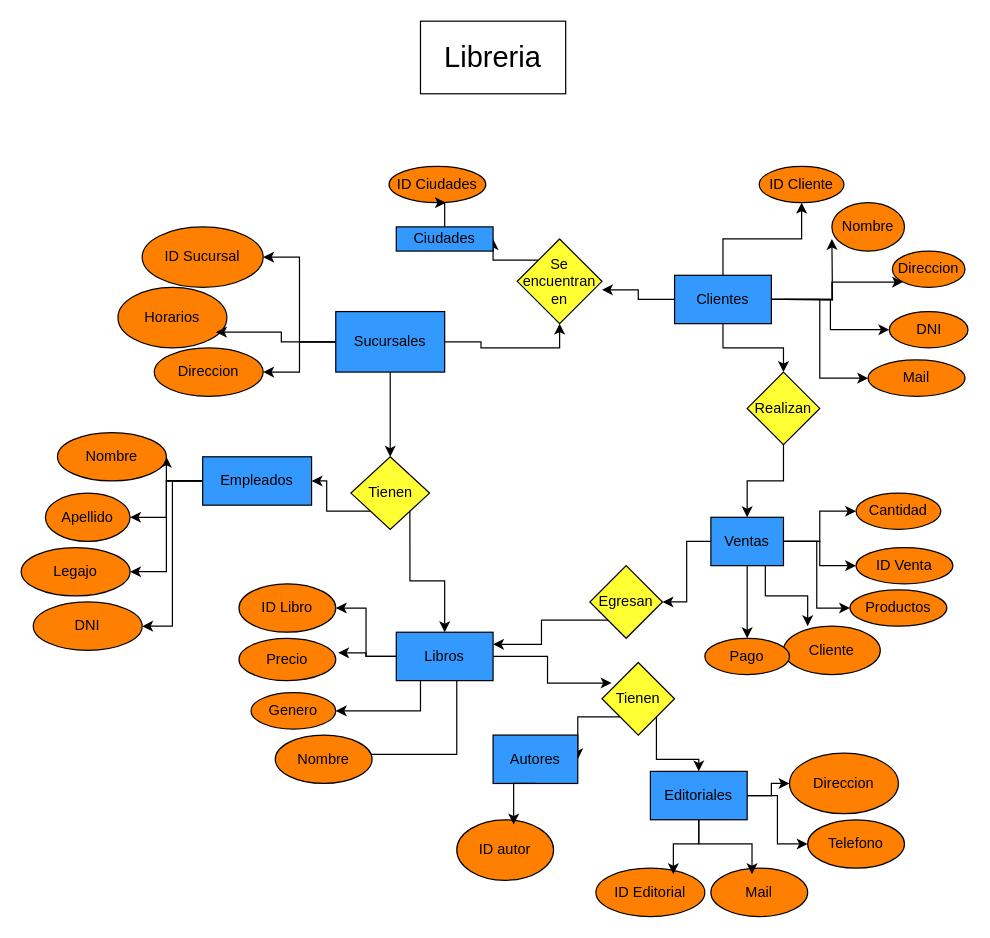
EzequielLST/SQL-Trabajo-final keeps this draw.io diagram as Cuadro Entidad Relacion Libreria.drawio. Above is the earlier version. Source tidied: cells renumbered, new cells numbered last; positions are measured from the earlier drawing's top-left corner, leaving out a move shared by most shapes. Both pictures are drawn from the tidied source at 121%, with x=0, y=0 at pixel (21, 21).
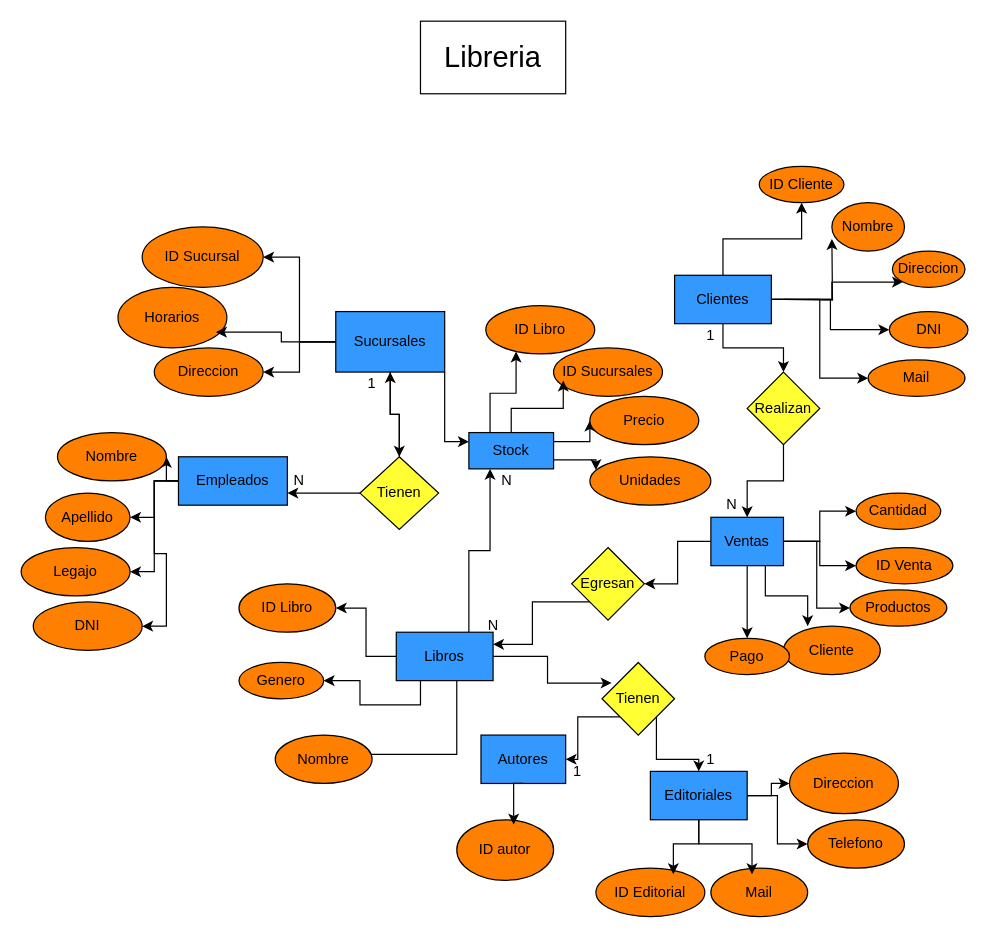
Above is the later version.

Unchanged cells that the change refers to:
```xml
<mxCell id="11" value="Sucursales" style="rounded=0;whiteSpace=wrap;html=1;fillColor=#3399FF;" parent="1" vertex="1">
  <mxGeometry x="260" y="240" width="90" height="50" as="geometry" />
</mxCell>
<mxCell id="18" value="Clientes" style="rounded=0;whiteSpace=wrap;html=1;fillColor=#3399FF;" parent="1" vertex="1">
  <mxGeometry x="540" y="210" width="80" height="40" as="geometry" />
</mxCell>
<mxCell id="23" value="Libros" style="rounded=0;whiteSpace=wrap;html=1;fillColor=#3399FF;" parent="1" vertex="1">
  <mxGeometry x="310" y="505" width="80" height="40" as="geometry" />
</mxCell>
```

Change to the diagram source:
```diff
@@
     <mxCell id="6" value="Empleados" style="rounded=0;whiteSpace=wrap;html=1;fillColor=#3399FF;" parent="1" vertex="1">
-      <mxGeometry x="150" y="360" width="90" height="40" as="geometry" />
+      <mxGeometry x="130" y="360" width="90" height="40" as="geometry" />
     </mxCell>
-    <mxCell id="7" style="edgeStyle=orthogonalEdgeStyle;rounded=0;jettySize=auto;html=1;entryX=0.5;entryY=1;entryDx=0;entryDy=0;" parent="1" edge="1" source="11" target="35">
-      <mxGeometry relative="1" as="geometry" />
-    </mxCell>
@@
+    <mxCell id="83" style="edgeStyle=orthogonalEdgeStyle;rounded=0;jettySize=auto;html=1;exitX=1;exitY=1;exitDx=0;exitDy=0;entryX=0;entryY=0.25;entryDx=0;entryDy=0;" parent="1" edge="1" source="11" target="87">
+      <mxGeometry relative="1" as="geometry" />
+    </mxCell>
@@
+    <mxCell id="84" style="edgeStyle=orthogonalEdgeStyle;rounded=0;jettySize=auto;html=1;exitX=0.75;exitY=0;exitDx=0;exitDy=0;entryX=0.25;entryY=1;entryDx=0;entryDy=0;" parent="1" edge="1" source="23" target="87">
+      <mxGeometry relative="1" as="geometry" />
+    </mxCell>
@@
     <mxCell id="33" value="Egresan" style="rhombus;whiteSpace=wrap;html=1;fillColor=#FFFF33;" parent="1" vertex="1">
-      <mxGeometry x="470" y="450" width="60" height="60" as="geometry" />
+      <mxGeometry x="455" y="435" width="60" height="60" as="geometry" />
     </mxCell>
-    <mxCell id="34" style="edgeStyle=orthogonalEdgeStyle;rounded=0;jettySize=auto;html=1;exitX=0;exitY=0;exitDx=0;exitDy=0;entryX=1;entryY=0.5;entryDx=0;entryDy=0;" parent="1" edge="1" source="35" target="36">
-      <mxGeometry relative="1" as="geometry" />
-    </mxCell>
-    <mxCell id="35" value="Se encuentran en" style="rhombus;whiteSpace=wrap;html=1;fillColor=#FFFF33;" parent="1" vertex="1">
-      <mxGeometry x="410" y="180" width="70" height="70" as="geometry" />
-    </mxCell>
-    <mxCell id="36" value="Ciudades" style="rounded=0;whiteSpace=wrap;html=1;fillColor=#3399FF;" parent="1" vertex="1">
-      <mxGeometry x="310" y="170" width="80" height="20" as="geometry" />
-    </mxCell>
@@
-    <mxCell id="43" style="edgeStyle=orthogonalEdgeStyle;rounded=0;jettySize=auto;html=1;entryX=1;entryY=0.6;entryDx=0;entryDy=0;entryPerimeter=0;" parent="1" edge="1" source="18" target="35">
-      <mxGeometry relative="1" as="geometry" />
-    </mxCell>
-    <mxCell id="44" style="edgeStyle=orthogonalEdgeStyle;rounded=0;jettySize=auto;html=1;exitX=0;exitY=1;exitDx=0;exitDy=0;entryX=1;entryY=0.5;entryDx=0;entryDy=0;" parent="1" edge="1" source="46" target="6">
+    <mxCell id="44" style="edgeStyle=orthogonalEdgeStyle;rounded=0;jettySize=auto;html=1;entryX=1;entryY=0.75;entryDx=0;entryDy=0;" parent="1" edge="1" source="46" target="6">
       <mxGeometry relative="1" as="geometry" />
     </mxCell>
-    <mxCell id="45" style="edgeStyle=orthogonalEdgeStyle;rounded=0;jettySize=auto;html=1;exitX=1;exitY=1;exitDx=0;exitDy=0;" parent="1" edge="1" source="46" target="23">
-      <mxGeometry relative="1" as="geometry" />
-    </mxCell>
+    <mxCell id="85" style="edgeStyle=orthogonalEdgeStyle;rounded=0;jettySize=auto;html=1;" parent="1" edge="1" source="46" target="11">
+      <mxGeometry relative="1" as="geometry" />
+    </mxCell>
     <mxCell id="46" value="Tienen" style="rhombus;whiteSpace=wrap;html=1;fillColor=#FFFF33;" parent="1" vertex="1">
-      <mxGeometry x="272.5" y="360" width="65" height="60" as="geometry" />
+      <mxGeometry x="280" y="360" width="65" height="60" as="geometry" />
     </mxCell>
@@
-    <mxCell id="51" value="ID Ciudades" style="ellipse;whiteSpace=wrap;html=1;fillColor=#FF8000;" parent="1" vertex="1">
-      <mxGeometry x="304" y="120" width="80" height="30" as="geometry" />
-    </mxCell>
-    <mxCell id="52" style="edgeStyle=orthogonalEdgeStyle;rounded=0;jettySize=auto;html=1;entryX=0.588;entryY=1;entryDx=0;entryDy=0;entryPerimeter=0;" parent="1" edge="1" source="36" target="51">
-      <mxGeometry relative="1" as="geometry" />
-    </mxCell>
@@
     <mxCell id="59" value="Autores" style="rounded=0;whiteSpace=wrap;html=1;fillColor=#3399FF;" parent="1" vertex="1">
-      <mxGeometry x="390" y="590" width="70" height="40" as="geometry" />
+      <mxGeometry x="380" y="590" width="70" height="40" as="geometry" />
     </mxCell>
@@
-    <mxCell id="61" value="Precio" style="ellipse;whiteSpace=wrap;html=1;fillColor=#FF8000;" parent="1" vertex="1">
-      <mxGeometry x="180" y="510" width="80" height="35" as="geometry" />
-    </mxCell>
     <mxCell id="62" value="Genero" style="ellipse;whiteSpace=wrap;html=1;fillColor=#FF8000;" parent="1" vertex="1">
-      <mxGeometry x="190" y="555" width="70" height="30" as="geometry" />
+      <mxGeometry x="180" y="530" width="70" height="30" as="geometry" />
     </mxCell>
-    <mxCell id="63" style="edgeStyle=orthogonalEdgeStyle;rounded=0;jettySize=auto;html=1;entryX=1.025;entryY=0.343;entryDx=0;entryDy=0;entryPerimeter=0;" parent="1" edge="1" source="23" target="61">
-      <mxGeometry relative="1" as="geometry" />
-    </mxCell>
@@
+    <mxCell id="86" style="edgeStyle=orthogonalEdgeStyle;rounded=0;jettySize=auto;html=1;exitX=1;exitY=0.25;exitDx=0;exitDy=0;entryX=0;entryY=0.5;entryDx=0;entryDy=0;" parent="1" edge="1" source="87" target="61">
+      <mxGeometry relative="1" as="geometry" />
+    </mxCell>
+    <mxCell id="87" value="Stock" style="rounded=0;whiteSpace=wrap;html=1;fillColor=#3399FF;" parent="1" vertex="1">
+      <mxGeometry x="370" y="340" width="70" height="30" as="geometry" />
+    </mxCell>
+    <mxCell id="88" value="ID Libro" style="ellipse;whiteSpace=wrap;html=1;fillColor=#FF8000;" parent="1" vertex="1">
+      <mxGeometry x="384" y="235" width="90" height="40" as="geometry" />
+    </mxCell>
+    <mxCell id="89" value="ID Sucursales" style="ellipse;whiteSpace=wrap;html=1;fillColor=#FF8000;" parent="1" vertex="1">
+      <mxGeometry x="440" y="270" width="90" height="40" as="geometry" />
+    </mxCell>
+    <mxCell id="61" value="Precio" style="ellipse;whiteSpace=wrap;html=1;fillColor=#FF8000;" parent="1" vertex="1">
+      <mxGeometry x="470" y="310" width="90" height="40" as="geometry" />
+    </mxCell>
+    <mxCell id="90" value="Unidades" style="ellipse;whiteSpace=wrap;html=1;fillColor=#FF8000;" parent="1" vertex="1">
+      <mxGeometry x="470" y="360" width="100" height="40" as="geometry" />
+    </mxCell>
+    <mxCell id="91" style="edgeStyle=orthogonalEdgeStyle;rounded=0;jettySize=auto;html=1;exitX=0.25;exitY=0;exitDx=0;exitDy=0;entryX=0.278;entryY=0.95;entryDx=0;entryDy=0;entryPerimeter=0;" parent="1" edge="1" source="87" target="88">
+      <mxGeometry relative="1" as="geometry" />
+    </mxCell>
+    <mxCell id="92" style="edgeStyle=orthogonalEdgeStyle;rounded=0;jettySize=auto;html=1;exitX=0.5;exitY=0;exitDx=0;exitDy=0;entryX=0.089;entryY=0.675;entryDx=0;entryDy=0;entryPerimeter=0;" parent="1" edge="1" source="87" target="89">
+      <mxGeometry relative="1" as="geometry" />
+    </mxCell>
+    <mxCell id="93" style="edgeStyle=orthogonalEdgeStyle;rounded=0;jettySize=auto;html=1;exitX=1;exitY=0.75;exitDx=0;exitDy=0;entryX=0.05;entryY=0.275;entryDx=0;entryDy=0;entryPerimeter=0;" parent="1" edge="1" source="87" target="90">
+      <mxGeometry relative="1" as="geometry" />
+    </mxCell>
+    <mxCell id="94" value="1" style="text;html=1;align=center;verticalAlign=middle;whiteSpace=wrap;rounded=0;" parent="1" vertex="1">
+      <mxGeometry x="280" y="290" width="20" height="20" as="geometry" />
+    </mxCell>
+    <mxCell id="95" value="N" style="text;html=1;align=center;verticalAlign=middle;whiteSpace=wrap;rounded=0;" parent="1" vertex="1">
+      <mxGeometry x="210" y="370" width="40" height="20" as="geometry" />
+    </mxCell>
+    <mxCell id="96" value="1" style="text;html=1;align=center;verticalAlign=middle;whiteSpace=wrap;rounded=0;" parent="1" vertex="1">
+      <mxGeometry x="560" y="600" width="20" height="20" as="geometry" />
+    </mxCell>
+    <mxCell id="97" value="1" style="text;html=1;align=center;verticalAlign=middle;whiteSpace=wrap;rounded=0;" parent="1" vertex="1">
+      <mxGeometry x="450" y="610" width="20" height="20" as="geometry" />
+    </mxCell>
+    <mxCell id="98" value="N" style="text;html=1;align=center;verticalAlign=middle;whiteSpace=wrap;rounded=0;" parent="1" vertex="1">
+      <mxGeometry x="570" y="390" width="35" height="20" as="geometry" />
+    </mxCell>
+    <mxCell id="99" value="N" style="text;html=1;align=center;verticalAlign=middle;whiteSpace=wrap;rounded=0;" parent="1" vertex="1">
+      <mxGeometry x="372.5" y="490" width="35" height="20" as="geometry" />
+    </mxCell>
+    <mxCell id="100" value="1" style="text;html=1;align=center;verticalAlign=middle;whiteSpace=wrap;rounded=0;" parent="1" vertex="1">
+      <mxGeometry x="560" y="250" width="20" height="20" as="geometry" />
+    </mxCell>
+    <mxCell id="101" value="N" style="text;html=1;align=center;verticalAlign=middle;whiteSpace=wrap;rounded=0;" parent="1" vertex="1">
+      <mxGeometry x="384" y="370" width="35" height="20" as="geometry" />
+    </mxCell>
```
